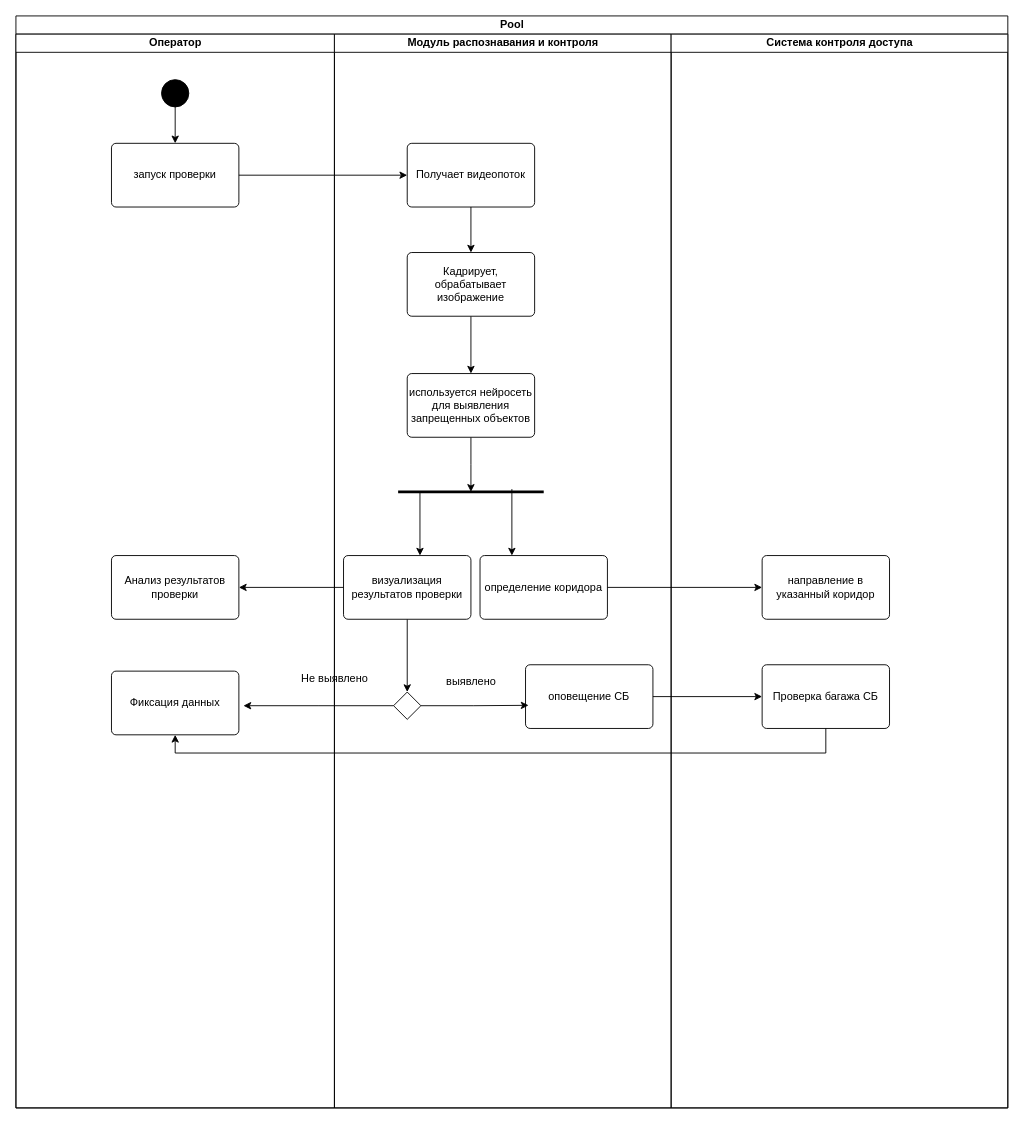
Before: page "UML деятельности" (2 of 2) of Диаграммы/UML_диаграммы.drawio in Cepheymusic/System-engineering, a draw.io diagram. Source tidied: cells renumbered, new cells numbered last; positions are measured from the earlier drawing's top-left corner, leaving out a move shared by most shapes. Both pictures are drawn from the tidied source at 91%, with x=0, y=0 at pixel (15, 15).
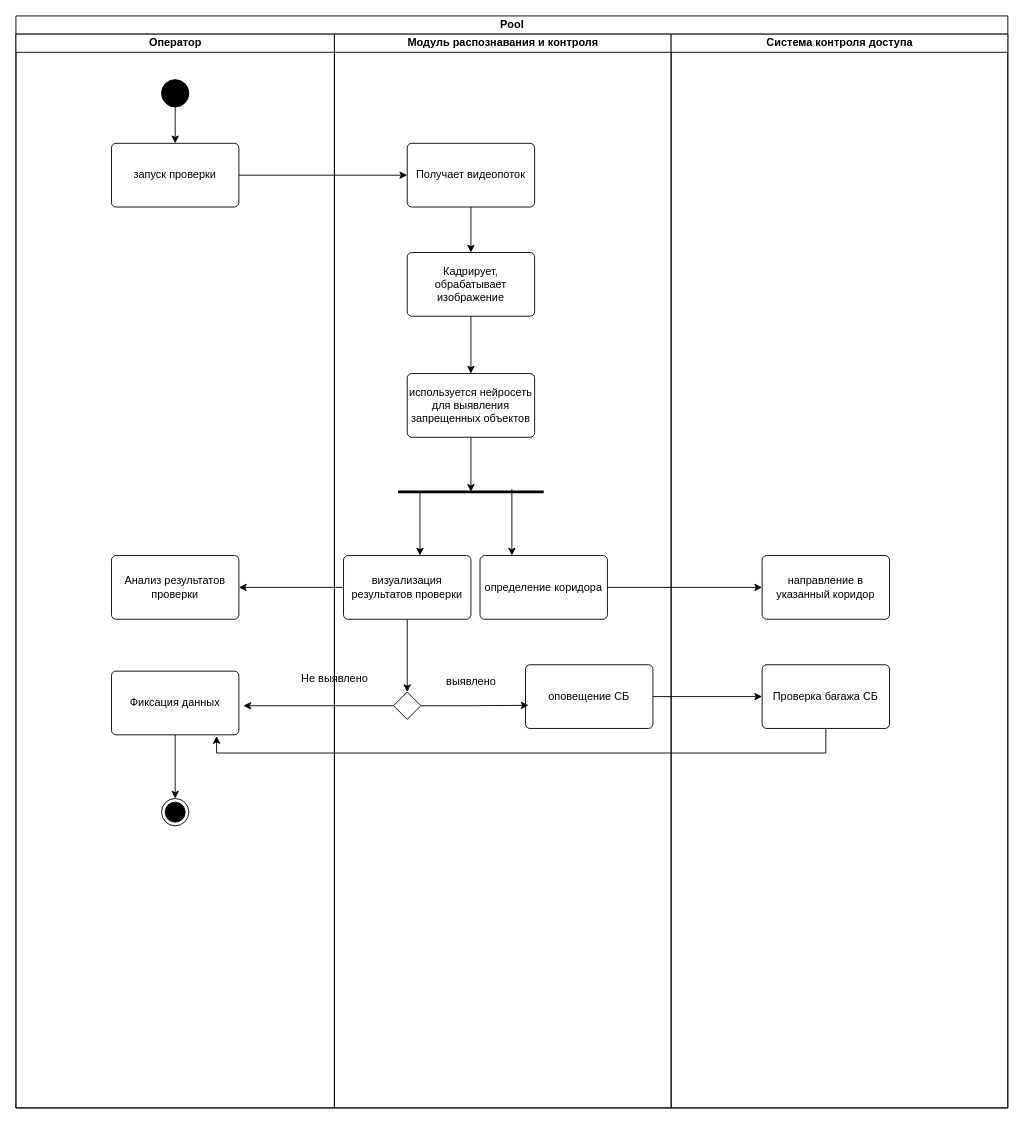
The same page after the edit.

Commit message:
Добавление диаграмм UML3

The change refers to these unchanged cells:
```xml
<mxCell id="2" value="Pool" style="swimlane;startSize=20;html=1;" parent="1" vertex="1">
  <mxGeometry width="1090" height="1200" as="geometry" />
</mxCell>
<mxCell id="3" value="Оператор" style="swimlane;startSize=20;html=1;" parent="2" vertex="1">
  <mxGeometry y="20" width="350" height="1180" as="geometry" />
</mxCell>
<mxCell id="8" value="Фиксация данных" style="html=1;align=center;verticalAlign=middle;rounded=1;absoluteArcSize=1;arcSize=10;dashed=0;whiteSpace=wrap;" parent="3" vertex="1">
  <mxGeometry x="105" y="700" width="140" height="70" as="geometry" />
</mxCell>
<mxCell id="33" value="Проверка багажа СБ" style="html=1;align=center;verticalAlign=middle;rounded=1;absoluteArcSize=1;arcSize=10;dashed=0;whiteSpace=wrap;" parent="31" vertex="1">
  <mxGeometry x="100" y="693" width="140" height="70" as="geometry" />
</mxCell>
```

Diff of the diagram source:
```diff
@@
+    <mxCell id="36" style="edgeStyle=orthogonalEdgeStyle;rounded=0;jettySize=auto;html=1;exitX=0.5;exitY=1;exitDx=0;exitDy=0;" parent="3" edge="1" source="8" target="37">
+      <mxGeometry relative="1" as="geometry" />
+    </mxCell>
@@
+    <mxCell id="37" style="ellipse;html=1;shape=endState;fillColor=strokeColor;" parent="3" vertex="1">
+      <mxGeometry x="160" y="840" width="30" height="30" as="geometry" />
+    </mxCell>
@@
-    <mxCell id="34" style="edgeStyle=orthogonalEdgeStyle;rounded=0;jettySize=auto;html=1;entryX=0.5;entryY=1;entryDx=0;entryDy=0;" parent="2" edge="1" source="33" target="8">
+    <mxCell id="34" style="edgeStyle=orthogonalEdgeStyle;rounded=0;jettySize=auto;html=1;entryX=0.825;entryY=1.02;entryDx=0;entryDy=0;entryPerimeter=0;" parent="2" edge="1" source="33" target="8">
       <mxGeometry relative="1" as="geometry">
         <Array as="points">
           <mxPoint x="890" y="810" />
-          <mxPoint x="175" y="810" />
+          <mxPoint x="220" y="810" />
         </Array>
       </mxGeometry>
     </mxCell>
```
